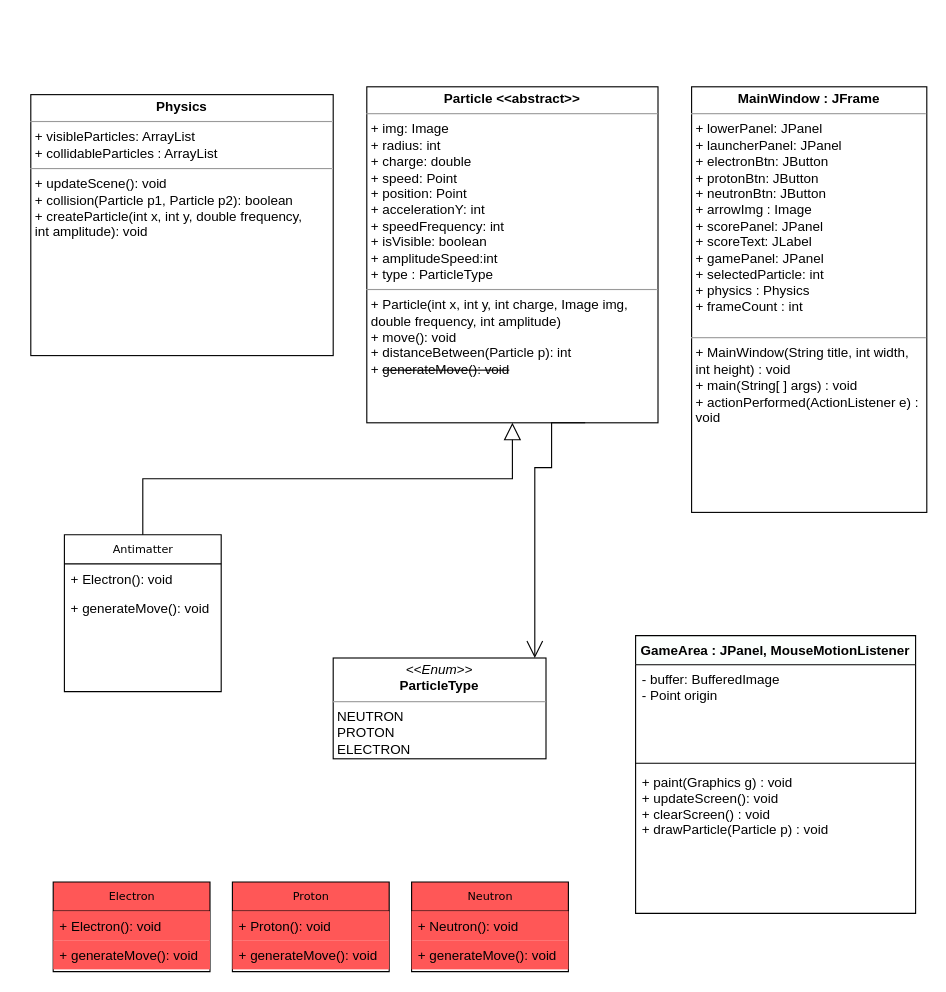
The draw.io diagram DiagrammeUML.drawio in Iman974/Algo_Proj2A, before the edit. Source tidied: cells renumbered, new cells numbered last; positions are measured from the earlier drawing's top-left corner, leaving out a move shared by most shapes. Both pictures are drawn from the tidied source at 112%, with x=0, y=0 at pixel (30, 86).
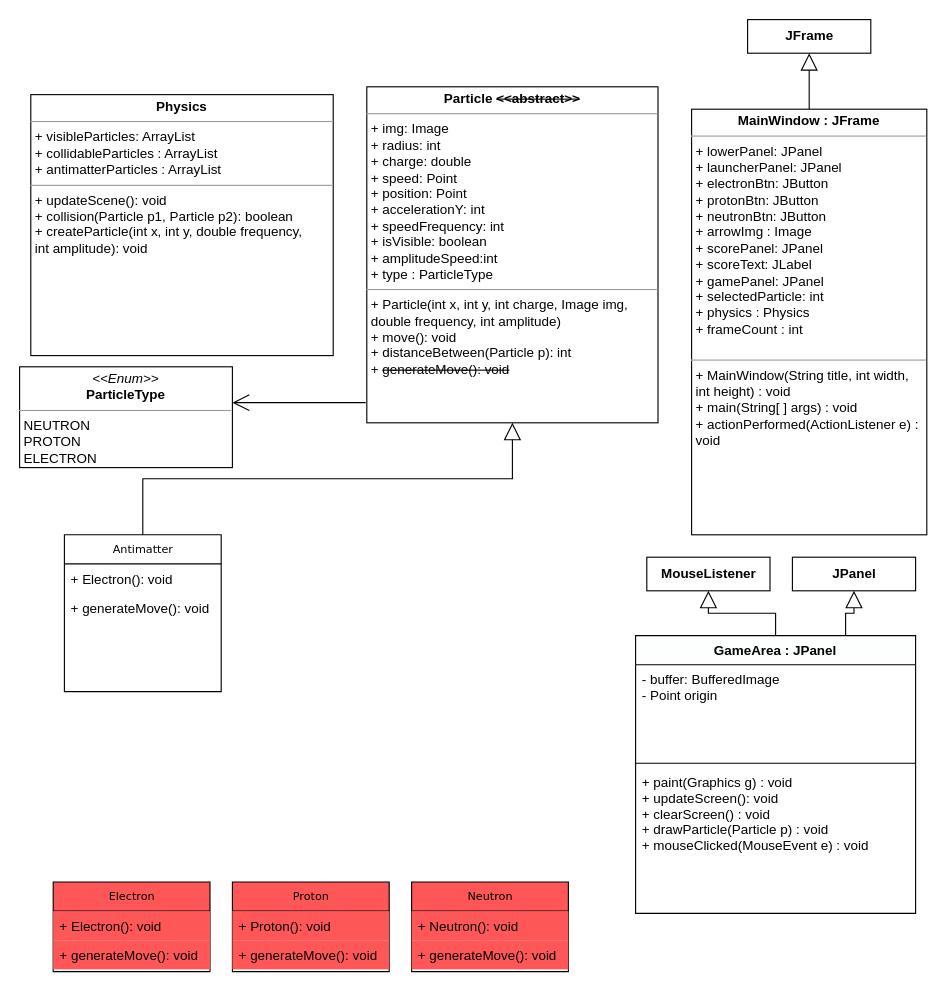
The same page after the edit.

The edit, as a diff of the source:
```diff
@@
-    <mxCell id="5" value="&lt;p style=&quot;margin: 0px ; margin-top: 4px ; text-align: center&quot;&gt;&lt;b&gt;Physics&lt;/b&gt;&lt;/p&gt;&lt;hr size=&quot;1&quot;&gt;&lt;p style=&quot;margin: 0px ; margin-left: 4px&quot;&gt;+ visibleParticles: ArrayList&lt;br&gt;&lt;/p&gt;&lt;p style=&quot;margin: 0px ; margin-left: 4px&quot;&gt;+ collidableParticles : ArrayList&lt;/p&gt;&lt;hr size=&quot;1&quot;&gt;&lt;p style=&quot;margin: 0px ; margin-left: 4px&quot;&gt;+ updateScene(): void&lt;br&gt;+ collision(Particle p1, Particle p2)&lt;span&gt;:&amp;nbsp;&lt;/span&gt;&lt;span&gt;boolean&lt;/span&gt;&lt;/p&gt;&lt;p style=&quot;margin: 0px ; margin-left: 4px&quot;&gt;&lt;span&gt;+ createParticle(int x, int y, double frequency,&lt;/span&gt;&lt;/p&gt;&lt;p style=&quot;margin: 0px ; margin-left: 4px&quot;&gt;&lt;span&gt;int amplitude): void&lt;/span&gt;&lt;/p&gt;" style="verticalAlign=top;align=left;overflow=fill;fontSize=12;fontFamily=Helvetica;html=1;rounded=0;shadow=0;comic=0;labelBackgroundColor=none;strokeWidth=1;" parent="1" vertex="1">
+    <mxCell id="5" value="&lt;p style=&quot;margin: 0px ; margin-top: 4px ; text-align: center&quot;&gt;&lt;b&gt;Physics&lt;/b&gt;&lt;/p&gt;&lt;hr size=&quot;1&quot;&gt;&lt;p style=&quot;margin: 0px ; margin-left: 4px&quot;&gt;+ visibleParticles: ArrayList&lt;br&gt;&lt;/p&gt;&lt;p style=&quot;margin: 0px ; margin-left: 4px&quot;&gt;+ collidableParticles : ArrayList&lt;/p&gt;&lt;p style=&quot;margin: 0px ; margin-left: 4px&quot;&gt;+ antimatterParticles : ArrayList&lt;/p&gt;&lt;hr size=&quot;1&quot;&gt;&lt;p style=&quot;margin: 0px ; margin-left: 4px&quot;&gt;+ updateScene(): void&lt;br&gt;+ collision(Particle p1, Particle p2)&lt;span&gt;:&amp;nbsp;&lt;/span&gt;&lt;span&gt;boolean&lt;/span&gt;&lt;/p&gt;&lt;p style=&quot;margin: 0px ; margin-left: 4px&quot;&gt;&lt;span&gt;+ createParticle(int x, int y, double frequency,&lt;/span&gt;&lt;/p&gt;&lt;p style=&quot;margin: 0px ; margin-left: 4px&quot;&gt;&lt;span&gt;int amplitude): void&lt;/span&gt;&lt;/p&gt;" style="verticalAlign=top;align=left;overflow=fill;fontSize=12;fontFamily=Helvetica;html=1;rounded=0;shadow=0;comic=0;labelBackgroundColor=none;strokeWidth=1;" parent="1" vertex="1">
       <mxGeometry y="7" width="270" height="233" as="geometry" />
     </mxCell>
-    <mxCell id="6" value="&lt;p style=&quot;margin: 0px ; margin-top: 4px ; text-align: center&quot;&gt;&lt;b&gt;Particle &amp;lt;&amp;lt;abstract&amp;gt;&amp;gt;&lt;/b&gt;&lt;/p&gt;&lt;hr size=&quot;1&quot;&gt;&lt;p style=&quot;margin: 0px ; margin-left: 4px&quot;&gt;+ img: Image&lt;br&gt;+ radius: int&lt;/p&gt;&lt;p style=&quot;margin: 0px ; margin-left: 4px&quot;&gt;+ charge: double&lt;/p&gt;&lt;p style=&quot;margin: 0px ; margin-left: 4px&quot;&gt;+ speed: Point&lt;/p&gt;&lt;p style=&quot;margin: 0px ; margin-left: 4px&quot;&gt;+ position: Point&lt;/p&gt;&lt;p style=&quot;margin: 0px ; margin-left: 4px&quot;&gt;+ accelerationY: int&lt;/p&gt;&lt;p style=&quot;margin: 0px ; margin-left: 4px&quot;&gt;+ speedFrequency: int&lt;/p&gt;&lt;p style=&quot;margin: 0px ; margin-left: 4px&quot;&gt;+ isVisible: boolean&lt;/p&gt;&lt;p style=&quot;margin: 0px ; margin-left: 4px&quot;&gt;+ amplitudeSpeed:int&lt;/p&gt;&lt;p style=&quot;margin: 0px ; margin-left: 4px&quot;&gt;+ type : ParticleType&lt;/p&gt;&lt;hr size=&quot;1&quot;&gt;&lt;p style=&quot;margin: 0px ; margin-left: 4px&quot;&gt;+ Particle(int x, int y, int charge, Image img,&lt;/p&gt;&lt;p style=&quot;margin: 0px ; margin-left: 4px&quot;&gt;&lt;span&gt;double frequency, int amplitude)&lt;/span&gt;&lt;/p&gt;&lt;p style=&quot;margin: 0px ; margin-left: 4px&quot;&gt;+ move(): void&lt;br&gt;+ distanceBetween(Particle p): int&lt;/p&gt;&lt;p style=&quot;margin: 0px ; margin-left: 4px&quot;&gt;+&amp;nbsp;&lt;strike&gt;generateMove(): void&lt;/strike&gt;&lt;/p&gt;" style="verticalAlign=top;align=left;overflow=fill;fontSize=12;fontFamily=Helvetica;html=1;rounded=0;shadow=0;comic=0;labelBackgroundColor=none;strokeWidth=1;" parent="1" vertex="1">
+    <mxCell id="6" value="&lt;p style=&quot;margin: 0px ; margin-top: 4px ; text-align: center&quot;&gt;&lt;b&gt;Particle &lt;strike&gt;&amp;lt;&amp;lt;abstract&amp;gt;&amp;gt;&lt;/strike&gt;&lt;/b&gt;&lt;/p&gt;&lt;hr size=&quot;1&quot;&gt;&lt;p style=&quot;margin: 0px ; margin-left: 4px&quot;&gt;+ img: Image&lt;br&gt;+ radius: int&lt;/p&gt;&lt;p style=&quot;margin: 0px ; margin-left: 4px&quot;&gt;+ charge: double&lt;/p&gt;&lt;p style=&quot;margin: 0px ; margin-left: 4px&quot;&gt;+ speed: Point&lt;/p&gt;&lt;p style=&quot;margin: 0px ; margin-left: 4px&quot;&gt;+ position: Point&lt;/p&gt;&lt;p style=&quot;margin: 0px ; margin-left: 4px&quot;&gt;+ accelerationY: int&lt;/p&gt;&lt;p style=&quot;margin: 0px ; margin-left: 4px&quot;&gt;+ speedFrequency: int&lt;/p&gt;&lt;p style=&quot;margin: 0px ; margin-left: 4px&quot;&gt;+ isVisible: boolean&lt;/p&gt;&lt;p style=&quot;margin: 0px ; margin-left: 4px&quot;&gt;+ amplitudeSpeed:int&lt;/p&gt;&lt;p style=&quot;margin: 0px ; margin-left: 4px&quot;&gt;+ type : ParticleType&lt;/p&gt;&lt;hr size=&quot;1&quot;&gt;&lt;p style=&quot;margin: 0px ; margin-left: 4px&quot;&gt;+ Particle(int x, int y, int charge, Image img,&lt;/p&gt;&lt;p style=&quot;margin: 0px ; margin-left: 4px&quot;&gt;&lt;span&gt;double frequency, int amplitude)&lt;/span&gt;&lt;/p&gt;&lt;p style=&quot;margin: 0px ; margin-left: 4px&quot;&gt;+ move(): void&lt;br&gt;+ distanceBetween(Particle p): int&lt;/p&gt;&lt;p style=&quot;margin: 0px ; margin-left: 4px&quot;&gt;+&amp;nbsp;&lt;strike&gt;generateMove(): void&lt;/strike&gt;&lt;/p&gt;" style="verticalAlign=top;align=left;overflow=fill;fontSize=12;fontFamily=Helvetica;html=1;rounded=0;shadow=0;comic=0;labelBackgroundColor=none;strokeWidth=1;" parent="1" vertex="1">
       <mxGeometry x="300" width="260" height="300" as="geometry" />
     </mxCell>
+    <mxCell id="24" style="edgeStyle=orthogonalEdgeStyle;rounded=0;jettySize=auto;html=1;exitX=0.5;exitY=0;exitDx=0;exitDy=0;entryX=0.5;entryY=1;entryDx=0;entryDy=0;endArrow=block;endFill=0;strokeWidth=1;endSize=13;" parent="1" edge="1" source="7" target="27">
+      <mxGeometry relative="1" as="geometry" />
+    </mxCell>
     <mxCell id="7" value="&lt;p style=&quot;margin: 0px ; margin-top: 4px ; text-align: center&quot;&gt;&lt;b&gt;MainWindow : JFrame&lt;/b&gt;&lt;/p&gt;&lt;hr size=&quot;1&quot;&gt;&lt;p style=&quot;margin: 0px ; margin-left: 4px&quot;&gt;+ lowerPanel: JPanel&lt;/p&gt;&lt;p style=&quot;margin: 0px ; margin-left: 4px&quot;&gt;+ launcherPanel: JPanel&lt;/p&gt;&lt;p style=&quot;margin: 0px ; margin-left: 4px&quot;&gt;+ electronBtn: JButton&lt;/p&gt;&lt;p style=&quot;margin: 0px ; margin-left: 4px&quot;&gt;+ protonBtn: JButton&lt;/p&gt;&lt;p style=&quot;margin: 0px ; margin-left: 4px&quot;&gt;+ neutronBtn: JButton&lt;/p&gt;&lt;p style=&quot;margin: 0px ; margin-left: 4px&quot;&gt;+ arrowImg : Image&lt;/p&gt;&lt;p style=&quot;margin: 0px ; margin-left: 4px&quot;&gt;+ scorePanel: JPanel&lt;/p&gt;&lt;p style=&quot;margin: 0px ; margin-left: 4px&quot;&gt;+ scoreText: JLabel&lt;/p&gt;&lt;p style=&quot;margin: 0px ; margin-left: 4px&quot;&gt;+ gamePanel: JPanel&lt;/p&gt;&lt;p style=&quot;margin: 0px ; margin-left: 4px&quot;&gt;+ selectedParticle: int&lt;/p&gt;&lt;p style=&quot;margin: 0px ; margin-left: 4px&quot;&gt;+ physics : Physics&lt;/p&gt;&lt;p style=&quot;margin: 0px ; margin-left: 4px&quot;&gt;+ frameCount : int&lt;/p&gt;&lt;p style=&quot;margin: 0px ; margin-left: 4px&quot;&gt;&lt;br&gt;&lt;/p&gt;&lt;hr size=&quot;1&quot;&gt;&lt;p style=&quot;margin: 0px ; margin-left: 4px&quot;&gt;+ MainWindow(String title, int width,&lt;/p&gt;&lt;p style=&quot;margin: 0px ; margin-left: 4px&quot;&gt;int height) : void&lt;/p&gt;&lt;p style=&quot;margin: 0px ; margin-left: 4px&quot;&gt;+ main(String[ ] args) : void&lt;/p&gt;&lt;p style=&quot;margin: 0px ; margin-left: 4px&quot;&gt;+ actionPerformed(ActionListener e) :&lt;br&gt;void&lt;/p&gt;" style="verticalAlign=top;align=left;overflow=fill;fontSize=12;fontFamily=Helvetica;html=1;rounded=0;shadow=0;comic=0;labelBackgroundColor=none;strokeWidth=1;" parent="1" vertex="1">
-      <mxGeometry x="590" width="210" height="380" as="geometry" />
+      <mxGeometry x="590" y="20" width="210" height="380" as="geometry" />
     </mxCell>
@@
     <mxCell id="17" value="&lt;p style=&quot;margin: 0px ; margin-top: 4px ; text-align: center&quot;&gt;&lt;i&gt;&amp;lt;&amp;lt;Enum&amp;gt;&amp;gt;&lt;/i&gt;&lt;br&gt;&lt;b&gt;ParticleType&lt;/b&gt;&lt;/p&gt;&lt;hr size=&quot;1&quot;&gt;&lt;p style=&quot;margin: 0px ; margin-left: 4px&quot;&gt;NEUTRON&lt;/p&gt;&lt;p style=&quot;margin: 0px ; margin-left: 4px&quot;&gt;PROTON&lt;br&gt;ELECTRON&lt;/p&gt;" style="verticalAlign=top;align=left;overflow=fill;fontSize=12;fontFamily=Helvetica;html=1;fillColor=#FFFFFF;noLabel=0;enumerate=0;" parent="1" vertex="1">
-      <mxGeometry x="270" y="510" width="190" height="90" as="geometry" />
+      <mxGeometry x="-10" y="250" width="190" height="90" as="geometry" />
     </mxCell>
@@
-    <mxCell id="19" style="edgeStyle=orthogonalEdgeStyle;rounded=0;jettySize=auto;html=1;entryX=0.75;entryY=1;entryDx=0;entryDy=0;endSize=0;endArrow=none;endFill=0;startArrow=open;startFill=0;targetPerimeterSpacing=0;startSize=13;orthogonal=1;" parent="1" edge="1" source="17" target="6">
+    <mxCell id="19" style="edgeStyle=orthogonalEdgeStyle;rounded=0;jettySize=auto;html=1;endSize=0;endArrow=none;endFill=0;startArrow=open;startFill=0;targetPerimeterSpacing=0;startSize=13;orthogonal=1;" parent="1" edge="1" source="17">
       <mxGeometry relative="1" as="geometry">
+        <mxPoint x="299" y="282" as="targetPoint" />
         <Array as="points">
-          <mxPoint x="450" y="340" />
-          <mxPoint x="465" y="340" />
-          <mxPoint x="465" y="300" />
+          <mxPoint x="299" y="282" />
         </Array>
       </mxGeometry>
     </mxCell>
+    <mxCell id="25" style="edgeStyle=orthogonalEdgeStyle;rounded=0;jettySize=auto;html=1;exitX=0.5;exitY=0;exitDx=0;exitDy=0;entryX=0.5;entryY=1;entryDx=0;entryDy=0;endArrow=block;endFill=0;endSize=13;strokeWidth=1;" parent="1" edge="1" source="20" target="28">
+      <mxGeometry relative="1" as="geometry" />
+    </mxCell>
+    <mxCell id="26" style="edgeStyle=orthogonalEdgeStyle;rounded=0;jettySize=auto;html=1;exitX=0.75;exitY=0;exitDx=0;exitDy=0;endArrow=block;endFill=0;endSize=13;strokeWidth=1;" parent="1" edge="1" source="20" target="29">
+      <mxGeometry relative="1" as="geometry" />
+    </mxCell>
-    <mxCell id="20" value="GameArea : JPanel, MouseMotionListener" style="swimlane;fontStyle=1;align=center;verticalAlign=top;horizontal=1;startSize=26;fillColor=#FCFFFE;" parent="1" vertex="1">
+    <mxCell id="20" value="GameArea : JPanel" style="swimlane;fontStyle=1;align=center;verticalAlign=top;horizontal=1;startSize=26;fillColor=#FCFFFE;" parent="1" vertex="1">
       <mxGeometry x="540" y="490" width="250" height="248" as="geometry" />
     </mxCell>
@@
-    <mxCell id="23" value="+ paint(Graphics g) : void&#10;+ updateScreen(): void&#10;+ clearScreen() : void&#10;+ drawParticle(Particle p) : void&#10;" style="text;strokeColor=none;fillColor=none;align=left;verticalAlign=top;spacingLeft=4;spacingRight=4;overflow=hidden;" parent="20" vertex="1">
+    <mxCell id="23" value="+ paint(Graphics g) : void&#10;+ updateScreen(): void&#10;+ clearScreen() : void&#10;+ drawParticle(Particle p) : void&#10;+ mouseClicked(MouseEvent e) : void" style="text;strokeColor=none;fillColor=none;align=left;verticalAlign=top;spacingLeft=4;spacingRight=4;overflow=hidden;" parent="20" vertex="1">
       <mxGeometry y="118" width="250" height="130" as="geometry" />
     </mxCell>
+    <mxCell id="27" value="&lt;b&gt;JFrame&lt;/b&gt;" style="html=1;" parent="1" vertex="1">
+      <mxGeometry x="640" y="-60" width="110" height="30" as="geometry" />
+    </mxCell>
+    <mxCell id="28" value="&lt;b&gt;MouseListener&lt;/b&gt;" style="html=1;" parent="1" vertex="1">
+      <mxGeometry x="550" y="420" width="110" height="30" as="geometry" />
+    </mxCell>
+    <mxCell id="29" value="&lt;b&gt;JPanel&lt;br&gt;&lt;/b&gt;" style="html=1;" parent="1" vertex="1">
+      <mxGeometry x="680" y="420" width="110" height="30" as="geometry" />
+    </mxCell>
```
